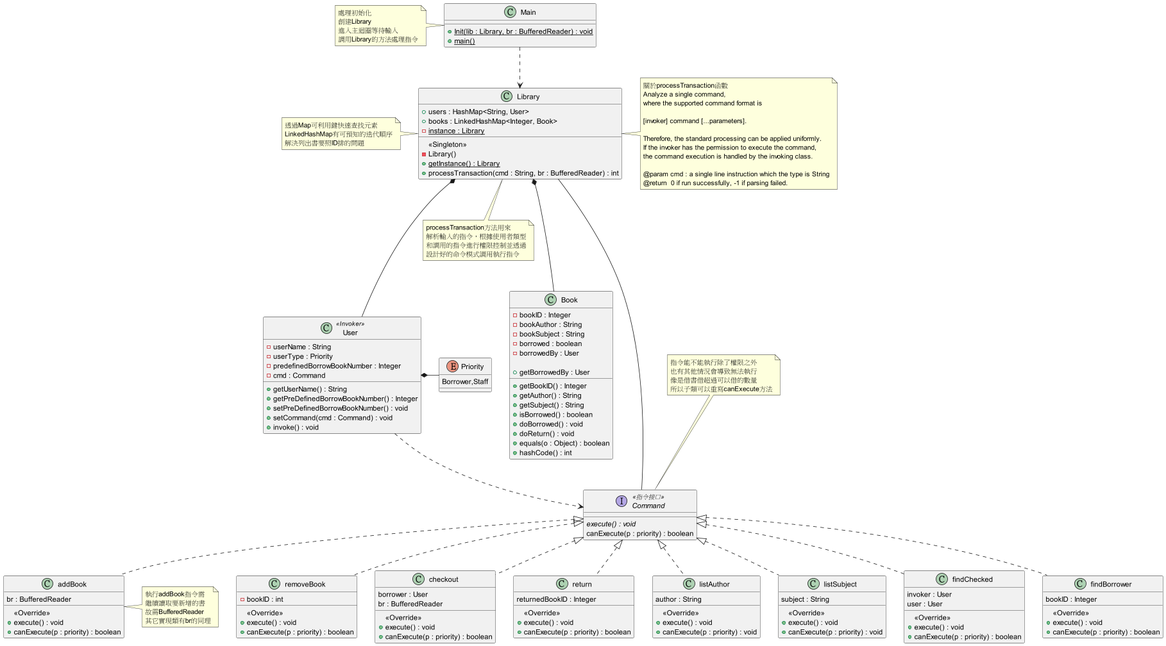
The PlantUML diagram UMLDiagram/scratch.png in moquan4543/SystemDesignFinalProject, before a commit. Source of this version:
```plantuml
@startuml
class Main{
    +{static}Init(lib : Library, br : BufferedReader) : void
    +{static}main()
}
note left of Main : 處理初始化\n創建Library\n進入主迴圈等待輸入\n調用Library的方法處理指令

class Library{
    +users : HashMap<String, User>
    +books : LinkedHashMap<Integer, Book>
    {static}-instance : Library

    {method}<<Singleton>>
    -Library()
    {static}+getInstance() : Library
    +processTransaction(cmd : String, br : BufferedReader) : int
}
note left of Library : 透過Map可利用鍵快速查找元素\nLinkedHashMap有可預知的迭代順序\n解決列出書要照ID排的問題
note bottom of Library : processTransaction方法用來\n解析輸入的指令，根據使用者類型\n和調用的指令進行權限控制並透過\n設計好的命令模式調用執行指令
note right of Library : 關於processTransaction函數\nAnalyze a single command,\nwhere the supported command format is\n\n[invoker] command [...parameters].\n\nTherefore, the standard processing can be applied uniformly.\nIf the invoker has the permission to execute the command,\nthe command execution is handled by the invoking class.\n\n@param cmd : a single line instruction which the type is String\n@return  0 if run successfully, -1 if parsing failed.


enum Priority{
    Borrower,Staff
}
class User<<Invoker>>{
    -userName : String
    -userType : Priority
    -predefinedBorrowBookNumber : Integer
    -cmd : Command
    +getUserName() : String
    +getPreDefinedBorrowBookNumber() : Integer
    +setPreDefinedBorrowBookNumber() : void
    +setCommand(cmd : Command) : void
    +invoke() : void
}


class Book{
    -bookID : Integer
    -bookAuthor : String
    -bookSubject : String
    -borrowed : boolean
    -borrowedBy : User

    +getBookID() : Integer
    +getAuthor() : String
    +getSubject() : String
    +isBorrowed() : boolean
    +getBorrowedBy : User
    +doBorrowed() : void
    +doReturn() : void
    +equals(o : Object) : boolean
    +hashCode() : int
}


interface Command<< 指令接口 >>{
    {abstract} execute() : void
    canExecute(p : priority) : boolean
}
note top of Command : 指令能不能執行除了權限之外\n也有其他情況會導致無法執行\n像是借書借超過可以借的數量\n所以子類可以重寫canExecute方法

class addBook implements Command{
    br : BufferedReader

    {method}<<Override>>
    +execute() : void
    +canExecute(p : priority) : boolean
}
note right of addBook : 執行addBook指令需\n繼續讀取要新增的書\n故需BufferedReader\n其它實現類有br的同理

class removeBook implements Command{
    -bookID : int
    {method}<<Override>>
    +execute() : void
    +canExecute(p : priority) : boolean
}

class checkout implements Command{
    borrower : User
    br : BufferedReader
    {method}<<Override>>
    +execute() : void
    +canExecute(p : priority) : boolean
}

class return implements Command{
    returnedBookID : Integer
    {method}<<Override>>
    +execute() : void
    +canExecute(p : priority) : boolean
}

class listAuthor implements Command{
    author : String
    {method}<<Override>>
    +execute() : void
    +canExecute(p : priority) : void
}

class listSubject implements Command{
    subject : String
    {method}<<Override>>
    +execute() : void
    +canExecute(p : priority) : void
}

class findChecked implements Command{
    invoker : User
    user : User
    {method}<<Override>>
    +execute() : void
    +canExecute(p : priority) : boolean
}

class findBorrower implements Command{
    bookID : Integer
    {method}<<Override>>
    +execute() : void
    +canExecute(p : priority) : boolean
}

Main ..> Library
Library -- Command
Library *--- Book
Library *--- User
User *- Priority
User ..> Command
@enduml
```
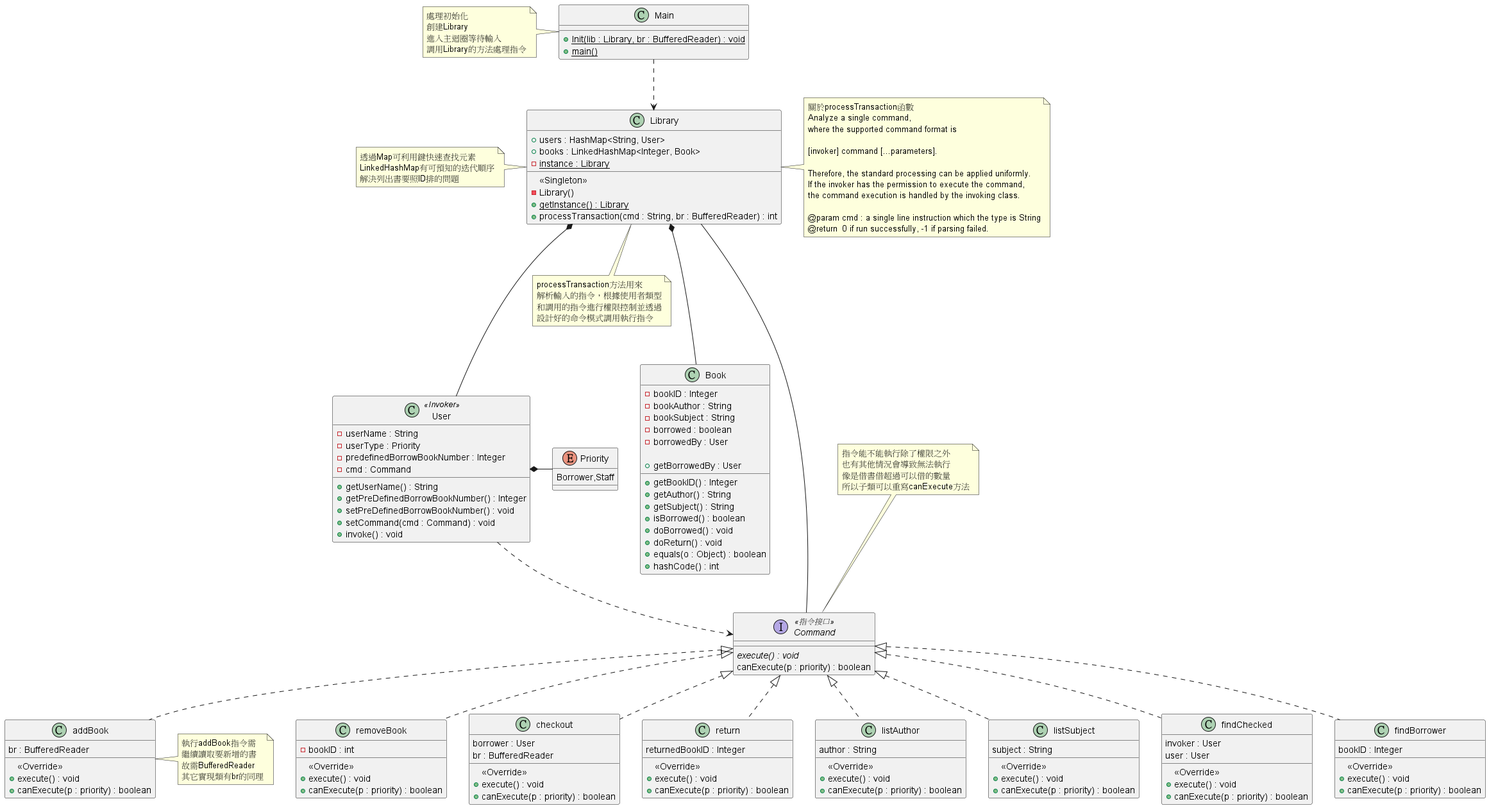
Later version of the same file.

Commit message:
modify class diagram png

Change to the diagram source:
```diff
@@ -96,14 +96,14 @@
     author : String
     {method}<<Override>>
     +execute() : void
-    +canExecute(p : priority) : void
+    +canExecute(p : priority) : boolean
 }
 
 class listSubject implements Command{
     subject : String
     {method}<<Override>>
     +execute() : void
-    +canExecute(p : priority) : void
+    +canExecute(p : priority) : boolean
 }
 
 class findChecked implements Command{
```
